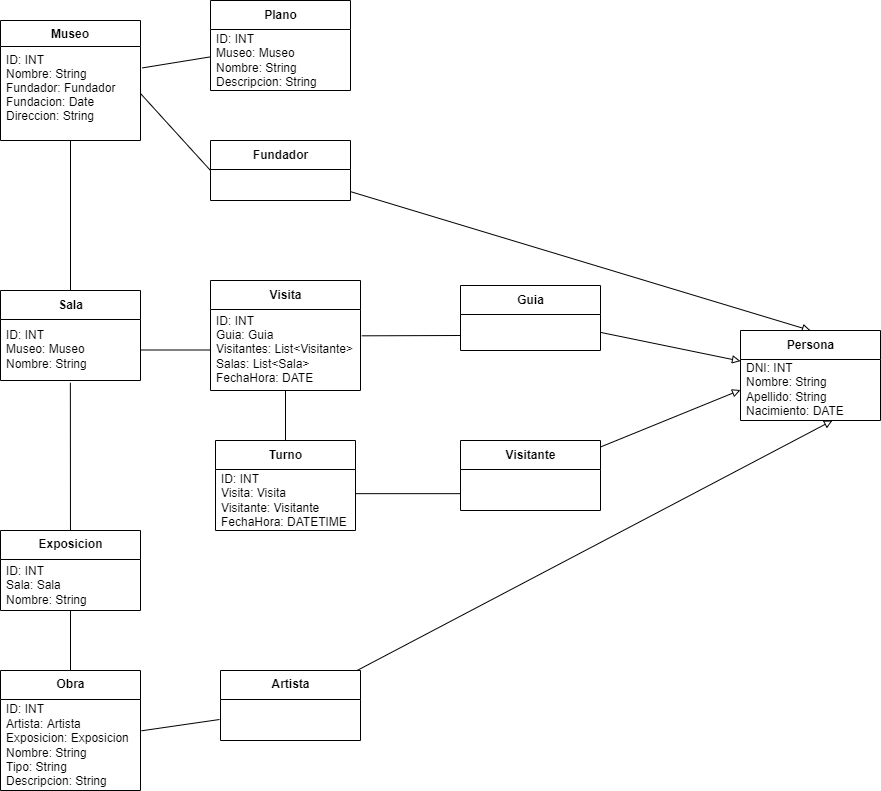
Above: docs/Diagrama_de_Clases.drawio.png in ArturoCruz606/OlimpiadaMuseo2022 (draw.io), before the change. Source tidied: cells renumbered, new cells last; positions are measured from the earlier drawing's top-left corner, leaving out a move shared by most shapes.
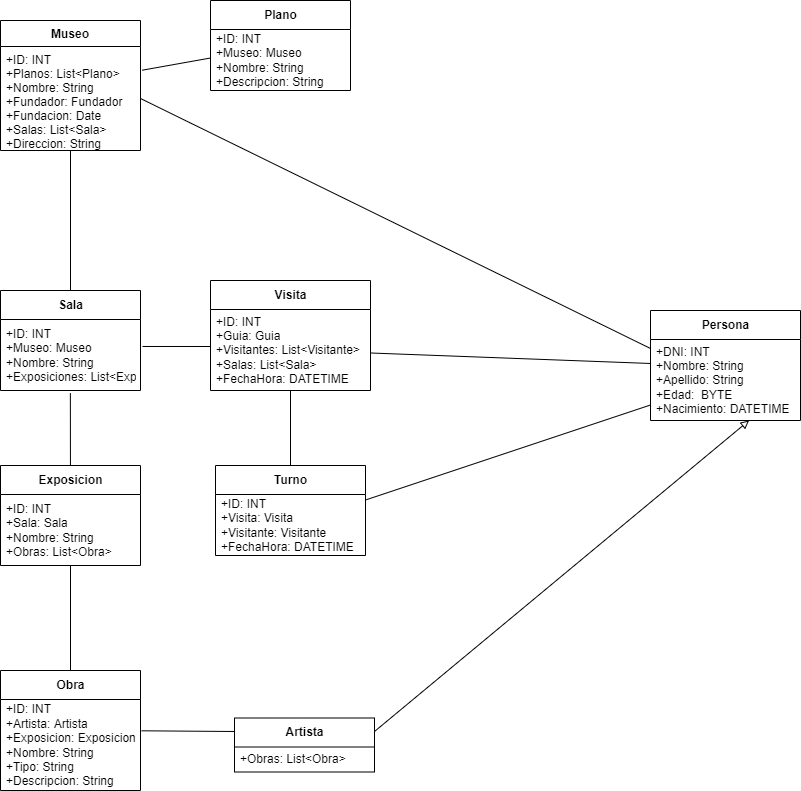
Above is the later version.

Commit message:
Cambios en Diagrama de clases y clases

What changed in the source:
```diff
@@ -3,10 +3,10 @@
     <mxCell id="0" />
     <mxCell id="1" parent="0" />
     <mxCell id="2" value="Museo" style="swimlane;fontStyle=1;align=center;verticalAlign=top;horizontal=1;startSize=26;" parent="1" vertex="1">
-      <mxGeometry y="20" width="140" height="120" as="geometry" />
+      <mxGeometry y="20" width="140" height="130" as="geometry" />
     </mxCell>
-    <mxCell id="3" value="ID: INT&#10;Nombre: String&#10;Fundador: Fundador&#10;Fundacion: Date &#10;Direccion: String" style="text;strokeColor=none;fillColor=none;align=left;verticalAlign=top;spacingLeft=4;spacingRight=4;overflow=hidden;points=[[0,0.5],[1,0.5]];portConstraint=eastwest;" parent="2" vertex="1">
-      <mxGeometry y="26" width="140" height="94" as="geometry" />
+    <mxCell id="3" value="+ID: INT&#10;+Planos: List&lt;Plano&gt;&#10;+Nombre: String&#10;+Fundador: Fundador&#10;+Fundacion: Date&#10;+Salas: List&lt;Sala&gt; &#10;+Direccion: String" style="text;strokeColor=none;fillColor=none;align=left;verticalAlign=top;spacingLeft=4;spacingRight=4;overflow=hidden;points=[[0,0.5],[1,0.5]];portConstraint=eastwest;" parent="2" vertex="1">
+      <mxGeometry y="26" width="140" height="104" as="geometry" />
     </mxCell>
     <mxCell id="4" style="edgeStyle=none;html=1;entryX=1.012;entryY=0.228;entryDx=0;entryDy=0;entryPerimeter=0;endArrow=none;endFill=0;startArrow=none;startFill=0;" parent="1" edge="1" source="5" target="3">
       <mxGeometry relative="1" as="geometry" />
@@ -14,7 +14,7 @@
     <mxCell id="5" value="&lt;span style=&quot;text-align: left&quot;&gt;Plano&lt;/span&gt;" style="swimlane;fontStyle=1;align=center;verticalAlign=middle;horizontal=1;startSize=29;html=1;" parent="1" vertex="1">
       <mxGeometry x="210" width="140" height="90" as="geometry" />
     </mxCell>
-    <mxCell id="6" value="ID: INT&lt;br&gt;Museo: Museo&lt;br&gt;Nombre: String&lt;br&gt;Descripcion: String" style="text;html=1;strokeColor=none;fillColor=none;align=left;verticalAlign=middle;spacingLeft=4;spacingRight=4;overflow=hidden;" parent="5" vertex="1">
+    <mxCell id="6" value="+ID: INT&lt;br&gt;+Museo: Museo&lt;br&gt;+Nombre: String&lt;br&gt;+Descripcion: String" style="text;html=1;strokeColor=none;fillColor=none;align=left;verticalAlign=middle;spacingLeft=4;spacingRight=4;overflow=hidden;" parent="5" vertex="1">
       <mxGeometry y="29" width="140" height="61" as="geometry" />
     </mxCell>
     <mxCell id="7" style="edgeStyle=none;html=1;entryX=0.499;entryY=1.037;entryDx=0;entryDy=0;entryPerimeter=0;startArrow=none;startFill=0;endArrow=none;endFill=0;" parent="1" edge="1" source="9" target="22">
@@ -24,94 +24,75 @@
       <mxGeometry relative="1" as="geometry" />
     </mxCell>
     <mxCell id="9" value="Exposicion" style="swimlane;fontStyle=1;align=center;verticalAlign=middle;horizontal=1;startSize=29;html=1;" parent="1" vertex="1">
-      <mxGeometry y="530" width="140" height="80" as="geometry" />
+      <mxGeometry y="465" width="140" height="100" as="geometry" />
     </mxCell>
-    <mxCell id="10" value="ID: INT&lt;br&gt;Sala: Sala&lt;br&gt;Nombre: String" style="text;html=1;strokeColor=none;fillColor=none;align=left;verticalAlign=middle;spacingLeft=4;spacingRight=4;overflow=hidden;" parent="9" vertex="1">
-      <mxGeometry y="29" width="140" height="51" as="geometry" />
+    <mxCell id="10" value="+ID: INT&lt;br&gt;+Sala: Sala&lt;br&gt;+Nombre: String&lt;br&gt;+Obras: List&amp;lt;Obra&amp;gt;" style="text;html=1;strokeColor=none;fillColor=none;align=left;verticalAlign=middle;spacingLeft=4;spacingRight=4;overflow=hidden;" parent="9" vertex="1">
+      <mxGeometry y="29" width="140" height="71" as="geometry" />
     </mxCell>
     <mxCell id="11" style="edgeStyle=none;html=1;startArrow=baseDash;startFill=0;endArrow=baseDash;endFill=0;" parent="1" edge="1" source="12" target="17">
       <mxGeometry relative="1" as="geometry" />
     </mxCell>
     <mxCell id="12" value="Visita" style="swimlane;fontStyle=1;align=center;verticalAlign=middle;horizontal=1;startSize=29;html=1;" parent="1" vertex="1">
-      <mxGeometry x="210" y="280" width="150" height="110" as="geometry" />
+      <mxGeometry x="210" y="280" width="160" height="110" as="geometry" />
     </mxCell>
-    <mxCell id="13" value="&lt;div&gt;&lt;span&gt;ID: INT&lt;/span&gt;&lt;/div&gt;&lt;div&gt;&lt;span&gt;Guia: Guia&lt;/span&gt;&lt;/div&gt;&lt;div&gt;&lt;span&gt;Visitantes: List&amp;lt;Visitante&amp;gt;&lt;/span&gt;&lt;/div&gt;&lt;div&gt;&lt;span&gt;Salas: List&amp;lt;Sala&amp;gt;&lt;/span&gt;&lt;/div&gt;&lt;div&gt;&lt;span&gt;FechaHora: DATE&amp;nbsp;&lt;/span&gt;&lt;/div&gt;" style="text;html=1;strokeColor=none;fillColor=none;align=left;verticalAlign=middle;spacingLeft=4;spacingRight=4;overflow=hidden;points=[[0,0.5],[1,0.5]];portConstraint=eastwest;" parent="12" vertex="1">
-      <mxGeometry y="29" width="150" height="81" as="geometry" />
+    <mxCell id="13" value="&lt;div&gt;&lt;span&gt;+ID: INT&lt;/span&gt;&lt;/div&gt;&lt;div&gt;&lt;span&gt;+Guia: Guia&lt;/span&gt;&lt;/div&gt;&lt;div&gt;&lt;span&gt;+Visitantes: List&amp;lt;Visitante&amp;gt;&lt;/span&gt;&lt;/div&gt;&lt;div&gt;&lt;span&gt;+Salas: List&amp;lt;Sala&amp;gt;&lt;/span&gt;&lt;/div&gt;&lt;div&gt;&lt;span&gt;+FechaHora: DATETIME&lt;/span&gt;&lt;/div&gt;" style="text;html=1;strokeColor=none;fillColor=none;align=left;verticalAlign=middle;spacingLeft=4;spacingRight=4;overflow=hidden;points=[[0,0.5],[1,0.5]];portConstraint=eastwest;" parent="12" vertex="1">
+      <mxGeometry y="29" width="160" height="81" as="geometry" />
     </mxCell>
-    <mxCell id="14" style="edgeStyle=none;html=1;entryX=0;entryY=0.5;entryDx=0;entryDy=0;endArrow=block;endFill=0;" parent="1" edge="1" source="15" target="36">
-      <mxGeometry relative="1" as="geometry" />
-    </mxCell>
-    <mxCell id="15" value="Visitante" style="swimlane;fontStyle=1;align=center;verticalAlign=middle;horizontal=1;startSize=29;html=1;" parent="1" vertex="1">
-      <mxGeometry x="460" y="440" width="140" height="70" as="geometry" />
-    </mxCell>
     <mxCell id="16" style="edgeStyle=none;html=1;startArrow=none;startFill=0;endArrow=none;endFill=0;" parent="1" edge="1" source="17" target="13">
       <mxGeometry relative="1" as="geometry" />
     </mxCell>
     <mxCell id="17" value="Turno" style="swimlane;fontStyle=1;align=center;verticalAlign=middle;horizontal=1;startSize=29;html=1;" parent="1" vertex="1">
-      <mxGeometry x="215" y="440" width="140" height="90" as="geometry" />
+      <mxGeometry x="215" y="465" width="150" height="90" as="geometry" />
     </mxCell>
-    <mxCell id="18" value="&lt;div&gt;&lt;span&gt;ID: INT&lt;/span&gt;&lt;/div&gt;&lt;div&gt;&lt;span&gt;Visita: Visita&lt;/span&gt;&lt;/div&gt;&lt;div&gt;&lt;span&gt;Visitante: Visitante&lt;/span&gt;&lt;/div&gt;&lt;div&gt;&lt;span&gt;FechaHora: DATETIME&lt;/span&gt;&lt;/div&gt;" style="text;html=1;strokeColor=none;fillColor=none;align=left;verticalAlign=middle;spacingLeft=4;spacingRight=4;overflow=hidden;points=[[0,0.5],[1,0.5]];portConstraint=eastwest;" parent="17" vertex="1">
-      <mxGeometry y="29" width="140" height="61" as="geometry" />
+    <mxCell id="18" value="&lt;div&gt;&lt;span&gt;+ID: INT&lt;/span&gt;&lt;/div&gt;&lt;div&gt;&lt;span&gt;+Visita: Visita&lt;/span&gt;&lt;/div&gt;&lt;div&gt;&lt;span&gt;+Visitante: Visitante&lt;/span&gt;&lt;/div&gt;&lt;div&gt;&lt;span&gt;+FechaHora: DATETIME&lt;/span&gt;&lt;/div&gt;" style="text;html=1;strokeColor=none;fillColor=none;align=left;verticalAlign=middle;spacingLeft=4;spacingRight=4;overflow=hidden;points=[[0,0.5],[1,0.5]];portConstraint=eastwest;" parent="17" vertex="1">
+      <mxGeometry y="29" width="150" height="61" as="geometry" />
     </mxCell>
-    <mxCell id="19" style="edgeStyle=none;html=1;entryX=0.998;entryY=0.396;entryDx=0;entryDy=0;startArrow=none;startFill=0;endArrow=none;endFill=0;exitX=0;exitY=0.396;exitDx=0;exitDy=0;exitPerimeter=0;entryPerimeter=0;" parent="1" edge="1" target="18">
-      <mxGeometry relative="1" as="geometry">
-        <mxPoint x="460" y="493.2" as="sourcePoint" />
-      </mxGeometry>
-    </mxCell>
     <mxCell id="20" style="edgeStyle=none;html=1;entryX=0.5;entryY=1;entryDx=0;entryDy=0;startArrow=none;startFill=0;endArrow=baseDash;endFill=0;" parent="1" edge="1" source="21" target="2">
       <mxGeometry relative="1" as="geometry" />
     </mxCell>
     <mxCell id="21" value="Sala" style="swimlane;fontStyle=1;align=center;verticalAlign=middle;horizontal=1;startSize=29;html=1;" parent="1" vertex="1">
-      <mxGeometry y="290" width="140" height="90" as="geometry" />
+      <mxGeometry y="290" width="140" height="100" as="geometry" />
     </mxCell>
-    <mxCell id="22" value="ID: INT&lt;br&gt;Museo: Museo&lt;br&gt;Nombre: String" style="text;html=1;strokeColor=none;fillColor=none;align=left;verticalAlign=middle;spacingLeft=4;spacingRight=4;overflow=hidden;points=[[0,0.5],[1,0.5]];portConstraint=eastwest;" parent="21" vertex="1">
-      <mxGeometry y="29" width="140" height="61" as="geometry" />
+    <mxCell id="22" value="+ID: INT&lt;br&gt;+Museo: Museo&lt;br&gt;+Nombre: String&lt;br&gt;+Exposiciones: List&amp;lt;Exposicion&amp;gt;" style="text;html=1;strokeColor=none;fillColor=none;align=left;verticalAlign=middle;spacingLeft=4;spacingRight=4;overflow=hidden;points=[[0,0.5],[1,0.5]];portConstraint=eastwest;" parent="21" vertex="1">
+      <mxGeometry y="29" width="140" height="71" as="geometry" />
     </mxCell>
-    <mxCell id="23" style="edgeStyle=none;html=1;endArrow=block;endFill=0;" parent="1" edge="1" source="24" target="35">
-      <mxGeometry relative="1" as="geometry" />
-    </mxCell>
-    <mxCell id="24" value="Guia" style="swimlane;fontStyle=1;align=center;verticalAlign=middle;horizontal=1;startSize=29;html=1;" parent="1" vertex="1">
-      <mxGeometry x="460" y="285" width="140" height="65" as="geometry" />
-    </mxCell>
-    <mxCell id="25" style="edgeStyle=none;html=1;exitX=1.009;exitY=0.325;exitDx=0;exitDy=0;startArrow=none;startFill=0;endArrow=none;endFill=0;exitPerimeter=0;" parent="1" edge="1" source="13">
-      <mxGeometry relative="1" as="geometry">
-        <mxPoint x="460" y="335" as="targetPoint" />
-      </mxGeometry>
-    </mxCell>
-    <mxCell id="26" style="edgeStyle=none;html=1;entryX=0;entryY=0.5;entryDx=0;entryDy=0;startArrow=none;startFill=0;endArrow=none;endFill=0;" parent="1" edge="1" source="22" target="13">
-      <mxGeometry relative="1" as="geometry" />
+    <mxCell id="26" style="edgeStyle=none;html=1;startArrow=none;startFill=0;endArrow=none;endFill=0;exitX=1.014;exitY=0.38;exitDx=0;exitDy=0;exitPerimeter=0;" parent="1" edge="1" source="22">
+      <mxGeometry relative="1" as="geometry">
+        <mxPoint x="210" y="346" as="targetPoint" />
+      </mxGeometry>
     </mxCell>
-    <mxCell id="27" style="edgeStyle=none;html=1;entryX=0.5;entryY=0;entryDx=0;entryDy=0;endArrow=block;endFill=0;" parent="1" edge="1" source="28" target="35">
-      <mxGeometry relative="1" as="geometry" />
-    </mxCell>
-    <mxCell id="28" value="Fundador" style="swimlane;fontStyle=1;align=center;verticalAlign=middle;horizontal=1;startSize=29;html=1;" parent="1" vertex="1">
-      <mxGeometry x="210" y="140" width="140" height="60" as="geometry" />
-    </mxCell>
-    <mxCell id="29" style="edgeStyle=none;html=1;exitX=1;exitY=0.5;exitDx=0;exitDy=0;startArrow=none;startFill=0;endArrow=none;endFill=0;entryX=0;entryY=0.5;entryDx=0;entryDy=0;" parent="1" edge="1" source="3" target="28">
+    <mxCell id="29" style="edgeStyle=none;html=1;exitX=1;exitY=0.5;exitDx=0;exitDy=0;startArrow=none;startFill=0;endArrow=none;endFill=0;entryX=0;entryY=0.111;entryDx=0;entryDy=0;entryPerimeter=0;" parent="1" edge="1" source="3" target="36">
       <mxGeometry relative="1" as="geometry" />
     </mxCell>
-    <mxCell id="30" style="edgeStyle=none;html=1;entryX=0.657;entryY=1;entryDx=0;entryDy=0;entryPerimeter=0;endArrow=block;endFill=0;" parent="1" edge="1" source="31" target="36">
+    <mxCell id="30" style="edgeStyle=none;html=1;entryX=0.657;entryY=1;entryDx=0;entryDy=0;entryPerimeter=0;endArrow=block;endFill=0;exitX=1;exitY=0.25;exitDx=0;exitDy=0;" parent="1" edge="1" source="31" target="36">
       <mxGeometry relative="1" as="geometry" />
     </mxCell>
-    <mxCell id="31" value="Artista" style="swimlane;fontStyle=1;align=center;verticalAlign=middle;horizontal=1;startSize=29;html=1;" parent="1" vertex="1">
-      <mxGeometry x="220" y="670" width="140" height="70" as="geometry" />
-    </mxCell>
     <mxCell id="32" value="Obra" style="swimlane;fontStyle=1;align=center;verticalAlign=middle;horizontal=1;startSize=29;html=1;" parent="1" vertex="1">
       <mxGeometry y="670" width="140" height="120" as="geometry" />
     </mxCell>
-    <mxCell id="33" value="ID: INT&lt;br&gt;Artista: Artista&lt;br&gt;Exposicion: Exposicion&lt;br&gt;Nombre: String&lt;br&gt;Tipo: String&lt;br&gt;Descripcion: String" style="text;html=1;strokeColor=none;fillColor=none;align=left;verticalAlign=middle;spacingLeft=4;spacingRight=4;overflow=hidden;points=[[0,0.5],[1,0.5]];portConstraint=eastwest;" parent="32" vertex="1">
+    <mxCell id="33" value="+ID: INT&lt;br&gt;+Artista: Artista&lt;br&gt;+Exposicion: Exposicion&lt;br&gt;+Nombre: String&lt;br&gt;+Tipo: String&lt;br&gt;+Descripcion: String" style="text;html=1;strokeColor=none;fillColor=none;align=left;verticalAlign=middle;spacingLeft=4;spacingRight=4;overflow=hidden;points=[[0,0.5],[1,0.5]];portConstraint=eastwest;" parent="32" vertex="1">
       <mxGeometry y="29" width="140" height="91" as="geometry" />
     </mxCell>
-    <mxCell id="34" style="edgeStyle=none;html=1;entryX=1.007;entryY=0.344;entryDx=0;entryDy=0;entryPerimeter=0;startArrow=none;startFill=0;endArrow=none;endFill=0;exitX=-0.007;exitY=0.328;exitDx=0;exitDy=0;exitPerimeter=0;" parent="1" edge="1" target="33">
-      <mxGeometry relative="1" as="geometry">
-        <mxPoint x="219" y="719" as="sourcePoint" />
-      </mxGeometry>
+    <mxCell id="34" style="edgeStyle=none;html=1;entryX=1.007;entryY=0.344;entryDx=0;entryDy=0;entryPerimeter=0;startArrow=none;startFill=0;endArrow=none;endFill=0;exitX=0;exitY=0.25;exitDx=0;exitDy=0;" parent="1" edge="1" source="31" target="33">
+      <mxGeometry relative="1" as="geometry" />
     </mxCell>
     <mxCell id="35" value="Persona" style="swimlane;fontStyle=1;align=center;verticalAlign=middle;horizontal=1;startSize=29;html=1;" parent="1" vertex="1">
-      <mxGeometry x="740" y="330" width="140" height="90" as="geometry" />
+      <mxGeometry x="650" y="310" width="150" height="110" as="geometry" />
     </mxCell>
-    <mxCell id="36" value="DNI: INT&lt;br&gt;Nombre: String&lt;br&gt;Apellido: String&lt;br&gt;Nacimiento: DATE" style="text;html=1;strokeColor=none;fillColor=none;align=left;verticalAlign=middle;spacingLeft=4;spacingRight=4;overflow=hidden;points=[[0,0.5],[1,0.5]];portConstraint=eastwest;" parent="35" vertex="1">
-      <mxGeometry y="29" width="140" height="61" as="geometry" />
+    <mxCell id="36" value="+DNI: INT&lt;br&gt;+Nombre: String&lt;br&gt;+Apellido: String&lt;br&gt;+Edad:&amp;nbsp; BYTE&lt;br&gt;+Nacimiento: DATETIME" style="text;html=1;strokeColor=none;fillColor=none;align=left;verticalAlign=middle;spacingLeft=4;spacingRight=4;overflow=hidden;points=[[0,0.5],[1,0.5]];portConstraint=eastwest;" parent="35" vertex="1">
+      <mxGeometry y="29" width="150" height="81" as="geometry" />
     </mxCell>
+    <mxCell id="31" value="Artista" style="swimlane;fontStyle=1;align=center;verticalAlign=middle;horizontal=1;startSize=29;html=1;" parent="1" vertex="1">
+      <mxGeometry x="234" y="717.5" width="140" height="54" as="geometry" />
+    </mxCell>
+    <mxCell id="37" value="+Obras: List&amp;lt;Obra&amp;gt;" style="text;html=1;strokeColor=none;fillColor=none;align=left;verticalAlign=middle;spacingLeft=4;spacingRight=4;overflow=hidden;" parent="31" vertex="1">
+      <mxGeometry y="29" width="140" height="25" as="geometry" />
+    </mxCell>
+    <mxCell id="38" style="edgeStyle=none;html=1;entryX=0;entryY=0.296;entryDx=0;entryDy=0;entryPerimeter=0;endArrow=none;endFill=0;" parent="1" edge="1" source="13" target="36">
+      <mxGeometry relative="1" as="geometry" />
+    </mxCell>
+    <mxCell id="39" style="edgeStyle=none;html=1;endArrow=none;endFill=0;" parent="1" edge="1" source="18" target="36">
+      <mxGeometry relative="1" as="geometry" />
+    </mxCell>
   </root>
 </mxGraphModel>
```
